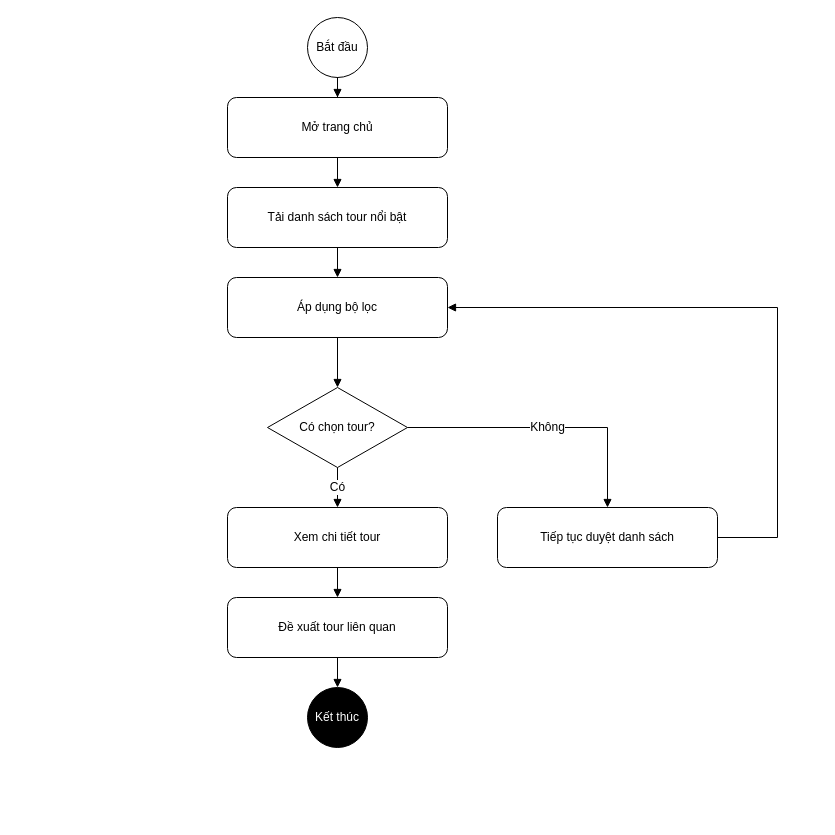
Before: page "Hoạt động Duyệt Tour" (2 of 5) of draw/VieGo_Activity_Diagrams.drawio in thienne1602/VieGo_Blog, a draw.io diagram. Source tidied: cells renumbered, new cells numbered last; positions are measured from the earlier drawing's top-left corner, leaving out a move shared by most shapes. Both pictures are drawn from the tidied source at 100%, with x=0, y=0 at pixel (227, 17).
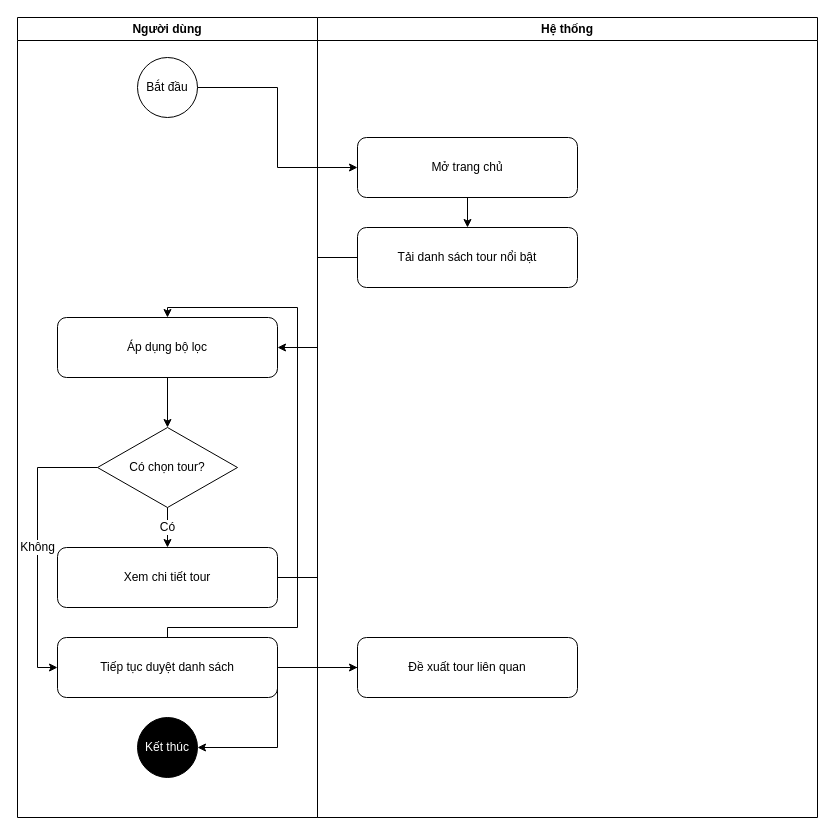
The same diagram, later.

Diff of the diagram source:
```diff
@@
+    <mxCell id="20" value="Người dùng" style="swimlane;whiteSpace=wrap;html=1;" parent="1" vertex="1">
+      <mxGeometry x="-210" width="300" height="800" as="geometry" />
+    </mxCell>
-    <mxCell id="2" value="Bắt đầu" style="ellipse;whiteSpace=wrap;html=1;" parent="1" vertex="1">
-      <mxGeometry x="80" width="60" height="60" as="geometry" />
+    <mxCell id="2" value="Bắt đầu" style="ellipse;whiteSpace=wrap;html=1;" parent="20" vertex="1">
+      <mxGeometry x="120" y="40" width="60" height="60" as="geometry" />
     </mxCell>
-    <mxCell id="3" value="Mở trang chủ" style="rounded=1;whiteSpace=wrap;html=1;" parent="1" vertex="1">
-      <mxGeometry y="80" width="220" height="60" as="geometry" />
-    </mxCell>
-    <mxCell id="4" value="Tải danh sách tour nổi bật" style="rounded=1;whiteSpace=wrap;html=1;" parent="1" vertex="1">
-      <mxGeometry y="170" width="220" height="60" as="geometry" />
-    </mxCell>
-    <mxCell id="5" value="Áp dụng bộ lọc" style="rounded=1;whiteSpace=wrap;html=1;" parent="1" vertex="1">
-      <mxGeometry y="260" width="220" height="60" as="geometry" />
+    <mxCell id="5" value="Áp dụng bộ lọc" style="rounded=1;whiteSpace=wrap;html=1;" parent="20" vertex="1">
+      <mxGeometry x="40" y="300" width="220" height="60" as="geometry" />
     </mxCell>
-    <mxCell id="6" value="Có chọn tour?" style="rhombus;whiteSpace=wrap;html=1;" parent="1" vertex="1">
-      <mxGeometry x="40" y="370" width="140" height="80" as="geometry" />
+    <mxCell id="6" value="Có chọn tour?" style="rhombus;whiteSpace=wrap;html=1;" parent="20" vertex="1">
+      <mxGeometry x="80" y="410" width="140" height="80" as="geometry" />
     </mxCell>
-    <mxCell id="7" value="Xem chi tiết tour" style="rounded=1;whiteSpace=wrap;html=1;" parent="1" vertex="1">
-      <mxGeometry y="490" width="220" height="60" as="geometry" />
+    <mxCell id="7" value="Xem chi tiết tour" style="rounded=1;whiteSpace=wrap;html=1;" parent="20" vertex="1">
+      <mxGeometry x="40" y="530" width="220" height="60" as="geometry" />
     </mxCell>
-    <mxCell id="8" value="Đề xuất tour liên quan" style="rounded=1;whiteSpace=wrap;html=1;" parent="1" vertex="1">
-      <mxGeometry y="580" width="220" height="60" as="geometry" />
-    </mxCell>
-    <mxCell id="9" value="Kết thúc" style="ellipse;whiteSpace=wrap;html=1;fillColor=#000000;fontColor=#ffffff;" parent="1" vertex="1">
-      <mxGeometry x="80" y="670" width="60" height="60" as="geometry" />
+    <mxCell id="9" value="Kết thúc" style="ellipse;whiteSpace=wrap;html=1;fillColor=#000000;fontColor=#ffffff;" parent="20" vertex="1">
+      <mxGeometry x="120" y="700" width="60" height="60" as="geometry" />
     </mxCell>
-    <mxCell id="10" value="Tiếp tục duyệt danh sách" style="rounded=1;whiteSpace=wrap;html=1;" parent="1" vertex="1">
-      <mxGeometry x="270" y="490" width="220" height="60" as="geometry" />
+    <mxCell id="10" value="Tiếp tục duyệt danh sách" style="rounded=1;whiteSpace=wrap;html=1;" parent="20" vertex="1">
+      <mxGeometry x="40" y="620" width="220" height="60" as="geometry" />
     </mxCell>
+    <mxCell id="21" value="Hệ thống" style="swimlane;whiteSpace=wrap;html=1;" parent="1" vertex="1">
+      <mxGeometry x="90" width="500" height="800" as="geometry" />
+    </mxCell>
+    <mxCell id="3" value="Mở trang chủ" style="rounded=1;whiteSpace=wrap;html=1;" parent="21" vertex="1">
+      <mxGeometry x="40" y="120" width="220" height="60" as="geometry" />
+    </mxCell>
+    <mxCell id="4" value="Tải danh sách tour nổi bật" style="rounded=1;whiteSpace=wrap;html=1;" parent="21" vertex="1">
+      <mxGeometry x="40" y="210" width="220" height="60" as="geometry" />
+    </mxCell>
+    <mxCell id="8" value="Đề xuất tour liên quan" style="rounded=1;whiteSpace=wrap;html=1;" parent="21" vertex="1">
+      <mxGeometry x="40" y="620" width="220" height="60" as="geometry" />
+    </mxCell>
-    <mxCell id="11" style="edgeStyle=orthogonalEdgeStyle;rounded=0;jettySize=auto;html=1;endArrow=block;endFill=1;" parent="1" edge="1" source="2" target="3">
+    <mxCell id="11" style="edgeStyle=orthogonalEdgeStyle;rounded=0;jettySize=auto;html=1;entryX=0;entryY=0.5;entryDx=0;entryDy=0;" parent="1" edge="1" source="2" target="3">
       <mxGeometry relative="1" as="geometry" />
     </mxCell>
-    <mxCell id="12" style="edgeStyle=orthogonalEdgeStyle;rounded=0;jettySize=auto;html=1;endArrow=block;endFill=1;" parent="1" edge="1" source="3" target="4">
+    <mxCell id="12" style="edgeStyle=orthogonalEdgeStyle;rounded=0;jettySize=auto;html=1;" parent="1" edge="1" source="3" target="4">
       <mxGeometry relative="1" as="geometry" />
     </mxCell>
-    <mxCell id="13" style="edgeStyle=orthogonalEdgeStyle;rounded=0;jettySize=auto;html=1;endArrow=block;endFill=1;" parent="1" edge="1" source="4" target="5">
+    <mxCell id="13" style="edgeStyle=orthogonalEdgeStyle;rounded=0;jettySize=auto;html=1;entryX=1;entryY=0.5;entryDx=0;entryDy=0;" parent="1" edge="1" source="4" target="5">
       <mxGeometry relative="1" as="geometry" />
     </mxCell>
-    <mxCell id="14" style="edgeStyle=orthogonalEdgeStyle;rounded=0;jettySize=auto;html=1;endArrow=block;endFill=1;" parent="1" edge="1" source="5" target="6">
+    <mxCell id="14" style="edgeStyle=orthogonalEdgeStyle;rounded=0;jettySize=auto;html=1;" parent="1" edge="1" source="5" target="6">
       <mxGeometry relative="1" as="geometry" />
     </mxCell>
-    <mxCell id="15" value="Có" style="edgeStyle=orthogonalEdgeStyle;rounded=0;jettySize=auto;html=1;endArrow=block;endFill=1;fontSize=12;" parent="1" edge="1" source="6" target="7">
+    <mxCell id="15" value="Có" style="edgeStyle=orthogonalEdgeStyle;rounded=0;jettySize=auto;html=1;fontSize=12;" parent="1" edge="1" source="6" target="7">
       <mxGeometry relative="1" as="geometry" />
     </mxCell>
-    <mxCell id="16" style="edgeStyle=orthogonalEdgeStyle;rounded=0;jettySize=auto;html=1;endArrow=block;endFill=1;" parent="1" edge="1" source="7" target="8">
+    <mxCell id="16" style="edgeStyle=orthogonalEdgeStyle;rounded=0;jettySize=auto;html=1;entryX=0;entryY=0.5;entryDx=0;entryDy=0;" parent="1" edge="1" source="7" target="8">
       <mxGeometry relative="1" as="geometry" />
     </mxCell>
-    <mxCell id="17" style="edgeStyle=orthogonalEdgeStyle;rounded=0;jettySize=auto;html=1;endArrow=block;endFill=1;" parent="1" edge="1" source="8" target="9">
+    <mxCell id="17" style="edgeStyle=orthogonalEdgeStyle;rounded=0;jettySize=auto;html=1;entryX=1;entryY=0.5;entryDx=0;entryDy=0;" parent="1" edge="1" source="8" target="9">
       <mxGeometry relative="1" as="geometry" />
     </mxCell>
-    <mxCell id="18" value="Không" style="edgeStyle=orthogonalEdgeStyle;rounded=0;jettySize=auto;html=1;endArrow=block;endFill=1;fontSize=12;" parent="1" edge="1" source="6" target="10">
-      <mxGeometry relative="1" as="geometry" />
+    <mxCell id="18" value="Không" style="edgeStyle=orthogonalEdgeStyle;rounded=0;jettySize=auto;html=1;fontSize=12;" parent="1" edge="1" source="6" target="10">
+      <mxGeometry relative="1" as="geometry">
+        <Array as="points">
+          <mxPoint x="-190" y="450" />
+          <mxPoint x="-190" y="650" />
+        </Array>
+      </mxGeometry>
     </mxCell>
-    <mxCell id="19" style="edgeStyle=orthogonalEdgeStyle;rounded=0;jettySize=auto;html=1;endArrow=block;endFill=1;" parent="1" edge="1" source="10" target="5">
+    <mxCell id="19" style="edgeStyle=orthogonalEdgeStyle;rounded=0;jettySize=auto;html=1;entryX=0.5;entryY=0;entryDx=0;entryDy=0;" parent="1" edge="1" source="10" target="5">
       <mxGeometry relative="1" as="geometry">
         <Array as="points">
-          <mxPoint x="550" y="520" />
-          <mxPoint x="550" y="290" />
+          <mxPoint x="-60" y="610" />
+          <mxPoint x="70" y="610" />
+          <mxPoint x="70" y="290" />
+          <mxPoint x="-60" y="290" />
         </Array>
       </mxGeometry>
     </mxCell>
```
